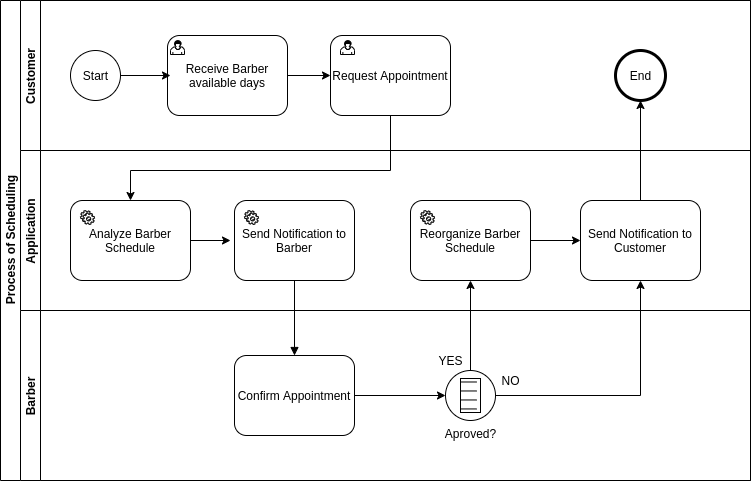
This is BPMN DIAGRAM - GOBARBER.png from kielkow/GoBarber-2.0-Back-end, a draw.io export, as it was before one commit. Source tidied: cells renumbered, new cells last; positions are measured from the earlier drawing's top-left corner, leaving out a move shared by most shapes.
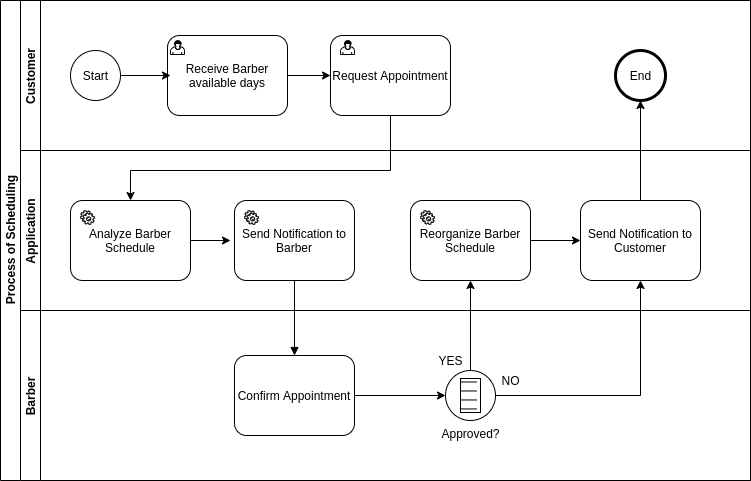
The same diagram one commit later.

The edit, as a diff of the source:
```diff
@@ -71,7 +71,7 @@
     <mxCell id="24" value="Confirm Appointment" style="shape=ext;rounded=1;html=1;whiteSpace=wrap;" parent="22" vertex="1">
       <mxGeometry x="214" y="45" width="120" height="80" as="geometry" />
     </mxCell>
-    <mxCell id="25" value="Aproved?" style="shape=mxgraph.bpmn.shape;html=1;verticalLabelPosition=bottom;labelBackgroundColor=#ffffff;verticalAlign=top;align=center;perimeter=ellipsePerimeter;outlineConnect=0;outline=standard;symbol=conditional;" parent="22" vertex="1">
+    <mxCell id="25" value="Approved?" style="shape=mxgraph.bpmn.shape;html=1;verticalLabelPosition=bottom;labelBackgroundColor=#ffffff;verticalAlign=top;align=center;perimeter=ellipsePerimeter;outlineConnect=0;outline=standard;symbol=conditional;" parent="22" vertex="1">
       <mxGeometry x="425" y="60" width="50" height="50" as="geometry" />
     </mxCell>
     <mxCell id="26" value="YES" style="text;html=1;align=center;verticalAlign=middle;" parent="22" vertex="1">
```
